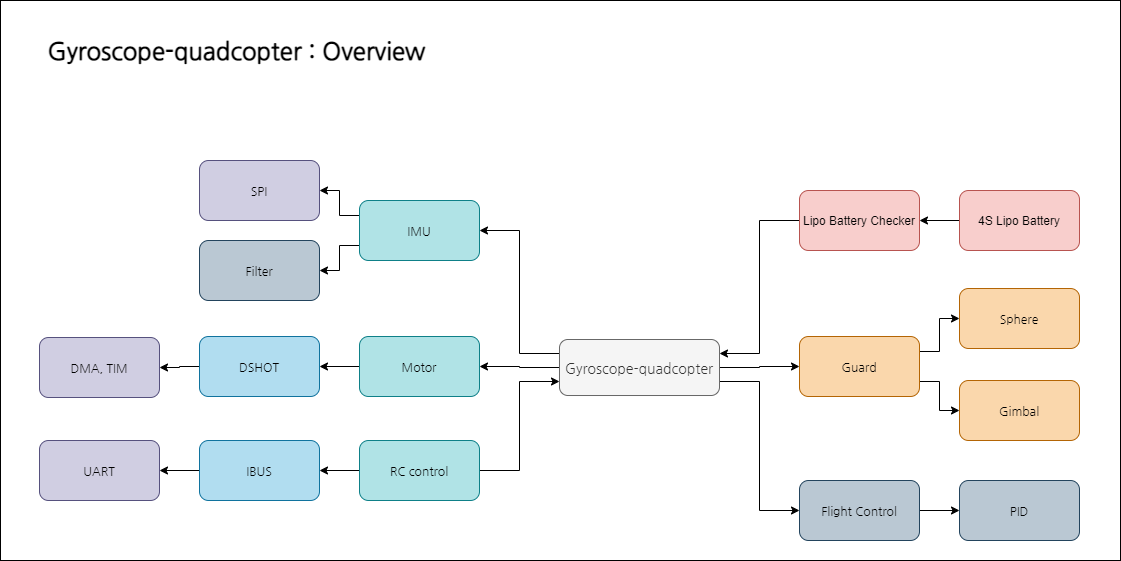
mokhwasomssi/drone_with_gyroscopic_guard keeps this draw.io diagram as overview.png. Above is the earlier version. Source tidied: cells renumbered, new cells last; positions are measured from the earlier drawing's top-left corner, leaving out a move shared by most shapes.
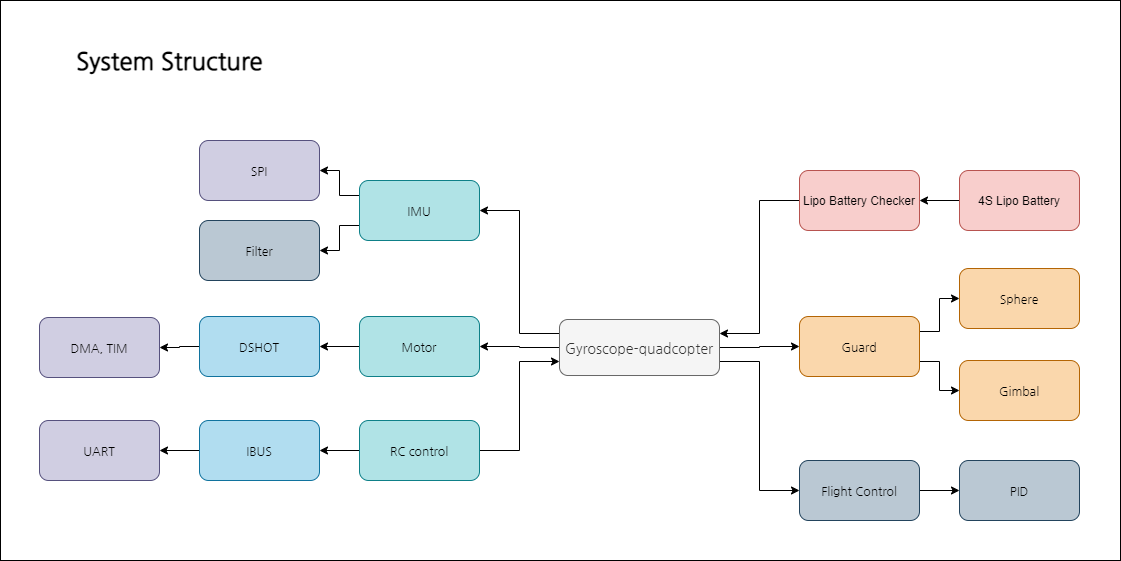
The same diagram one commit later.

The edit, as a diff of the source:
```diff
@@ -89,11 +89,11 @@
     <mxCell id="30" value="Gimbal" style="rounded=1;whiteSpace=wrap;html=1;fontFamily=Nanum Gothic;fontSource=https%3A%2F%2Ffonts.googleapis.com%2Fcss%3Ffamily%3DNanum%2BGothic;fillColor=#fad7ac;strokeColor=#b46504;" parent="1" vertex="1">
       <mxGeometry x="959" y="380" width="120" height="60" as="geometry" />
     </mxCell>
-    <mxCell id="31" value="&lt;font style=&quot;font-size: 24px&quot;&gt;&lt;b style=&quot;font-size: 24px&quot;&gt;Gyroscope-quadcopter : Overview&lt;/b&gt;&lt;/font&gt;" style="text;html=1;strokeColor=none;fillColor=none;align=center;verticalAlign=middle;whiteSpace=wrap;rounded=0;fontFamily=Nanum Gothic;fontSource=https%3A%2F%2Ffonts.googleapis.com%2Fcss%3Ffamily%3DNanum%2BGothic;labelBackgroundColor=#ffffff;labelBorderColor=none;fontSize=24;" parent="1" vertex="1">
-      <mxGeometry x="29" y="30" width="415" height="40" as="geometry" />
+    <mxCell id="31" value="&lt;b&gt;System Structure&lt;/b&gt;" style="text;html=1;strokeColor=none;fillColor=none;align=center;verticalAlign=middle;whiteSpace=wrap;rounded=0;fontFamily=Nanum Gothic;fontSource=https%3A%2F%2Ffonts.googleapis.com%2Fcss%3Ffamily%3DNanum%2BGothic;labelBackgroundColor=#ffffff;labelBorderColor=none;fontSize=24;" parent="1" vertex="1">
+      <mxGeometry x="39" y="60" width="261" height="40" as="geometry" />
     </mxCell>
     <mxCell id="32" style="rounded=0;whiteSpace=wrap;html=1;labelBackgroundColor=#67AB9F;fontFamily=Nanum Gothic;fontSource=https%3A%2F%2Ffonts.googleapis.com%2Fcss%3Ffamily%3DNanum%2BGothic;fontSize=24;fillColor=none;sketch=0;glass=0;" parent="1" vertex="1">
-      <mxGeometry width="1120" height="560" as="geometry" />
+      <mxGeometry y="20" width="1120" height="560" as="geometry" />
     </mxCell>
     <mxCell id="33" style="edgeStyle=orthogonalEdgeStyle;rounded=0;jettySize=auto;html=1;entryX=1;entryY=0.5;entryDx=0;entryDy=0;" parent="1" edge="1" source="34" target="36">
       <mxGeometry relative="1" as="geometry" />
```
